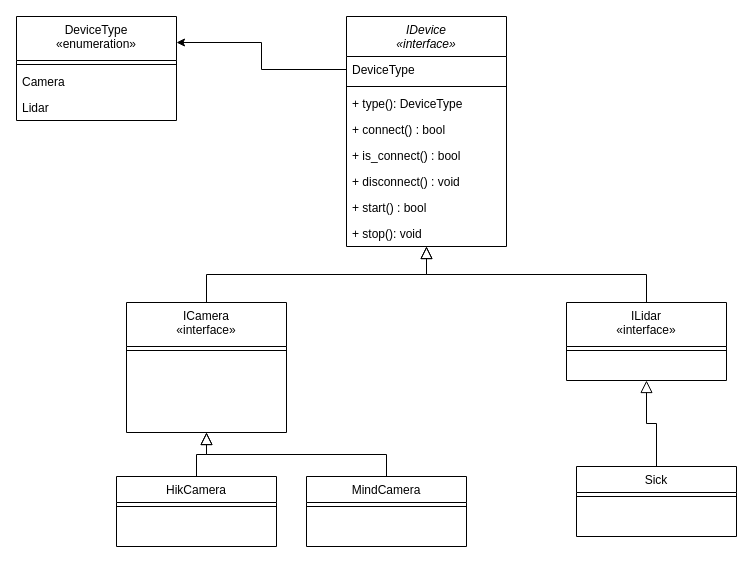
Earlier version of the draw.io diagram Storage2.drawio (FRomich/Storage2). Source tidied: cells renumbered, new cells numbered last; positions are measured from the earlier drawing's top-left corner, leaving out a move shared by most shapes. Both pictures are drawn from the tidied source at 100%, with x=0, y=0 at pixel (16, 16).
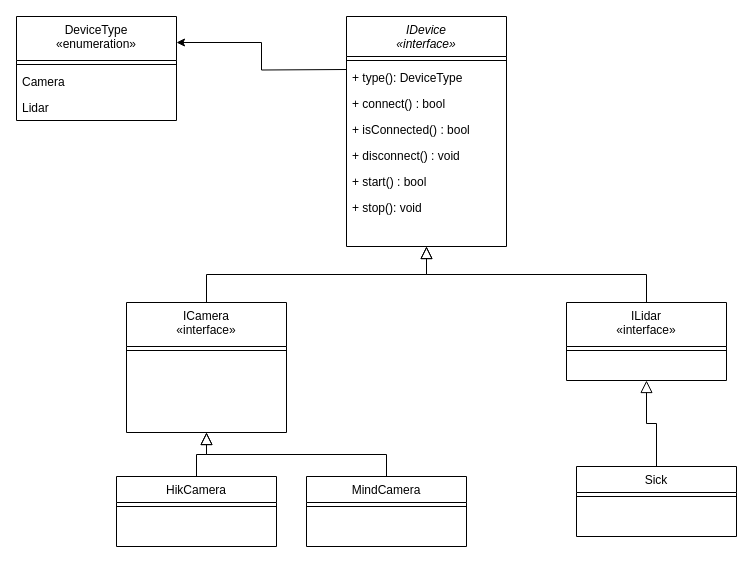
After the change.

Unchanged cells that the change refers to:
```xml
<mxCell id="2" value="IDevice&#10;«interface»" style="swimlane;fontStyle=2;align=center;verticalAlign=top;horizontal=1;startSize=40;rounded=0;shadow=0;strokeWidth=1;" parent="1" vertex="1">
  <mxGeometry x="330" width="160" height="230" as="geometry" />
</mxCell>
<mxCell id="26" value="DeviceType&#10;«enumeration»" style="swimlane;fontStyle=0;align=center;verticalAlign=top;horizontal=1;startSize=44;rounded=0;shadow=0;strokeWidth=1;" parent="1" vertex="1">
  <mxGeometry width="160" height="104" as="geometry" />
</mxCell>
```

Change to the diagram source:
```diff
@@
-    <mxCell id="3" value="DeviceType" style="text;align=left;verticalAlign=top;spacingLeft=4;spacingRight=4;overflow=hidden;points=[[0,0.5],[1,0.5]];portConstraint=eastwest;" parent="2" vertex="1">
-      <mxGeometry y="40" width="160" height="26" as="geometry" />
-    </mxCell>
     <mxCell id="4" style="line;html=1;strokeWidth=1;align=left;verticalAlign=middle;spacingTop=-1;spacingLeft=3;spacingRight=3;labelPosition=right;" parent="2" vertex="1">
-      <mxGeometry y="66" width="160" height="8" as="geometry" />
+      <mxGeometry y="40" width="160" height="8" as="geometry" />
     </mxCell>
     <mxCell id="5" value="+ type(): DeviceType" style="text;align=left;verticalAlign=top;spacingLeft=4;spacingRight=4;overflow=hidden;" parent="2" vertex="1">
-      <mxGeometry y="74" width="160" height="26" as="geometry" />
+      <mxGeometry y="48" width="160" height="26" as="geometry" />
     </mxCell>
     <mxCell id="6" value="+ connect() : bool" style="text;align=left;verticalAlign=top;spacingLeft=4;spacingRight=4;overflow=hidden;" parent="2" vertex="1">
-      <mxGeometry y="100" width="160" height="26" as="geometry" />
+      <mxGeometry y="74" width="160" height="26" as="geometry" />
     </mxCell>
-    <mxCell id="7" value="+ is_connect() : bool" style="text;align=left;verticalAlign=top;spacingLeft=4;spacingRight=4;overflow=hidden;" parent="2" vertex="1">
-      <mxGeometry y="126" width="160" height="26" as="geometry" />
+    <mxCell id="7" value="+ isConnected() : bool" style="text;align=left;verticalAlign=top;spacingLeft=4;spacingRight=4;overflow=hidden;" parent="2" vertex="1">
+      <mxGeometry y="100" width="160" height="26" as="geometry" />
     </mxCell>
     <mxCell id="8" value="+ disconnect() : void" style="text;align=left;verticalAlign=top;spacingLeft=4;spacingRight=4;overflow=hidden;" parent="2" vertex="1">
-      <mxGeometry y="152" width="160" height="26" as="geometry" />
+      <mxGeometry y="126" width="160" height="26" as="geometry" />
     </mxCell>
     <mxCell id="9" value="+ start() : bool" style="text;align=left;verticalAlign=top;spacingLeft=4;spacingRight=4;overflow=hidden;" parent="2" vertex="1">
-      <mxGeometry y="178" width="160" height="26" as="geometry" />
+      <mxGeometry y="152" width="160" height="26" as="geometry" />
     </mxCell>
     <mxCell id="10" value="+ stop(): void" style="text;align=left;verticalAlign=top;spacingLeft=4;spacingRight=4;overflow=hidden;" parent="2" vertex="1">
-      <mxGeometry y="204" width="160" height="26" as="geometry" />
+      <mxGeometry y="178" width="160" height="26" as="geometry" />
     </mxCell>
@@
-    <mxCell id="30" style="edgeStyle=orthogonalEdgeStyle;rounded=0;jettySize=auto;html=1;entryX=1;entryY=0.25;entryDx=0;entryDy=0;" parent="1" edge="1" source="3" target="26">
-      <mxGeometry relative="1" as="geometry" />
+    <mxCell id="30" style="edgeStyle=orthogonalEdgeStyle;rounded=0;jettySize=auto;html=1;entryX=1;entryY=0.25;entryDx=0;entryDy=0;" parent="1" edge="1" target="26">
+      <mxGeometry relative="1" as="geometry">
+        <mxPoint x="330" y="53" as="sourcePoint" />
+      </mxGeometry>
     </mxCell>
```
